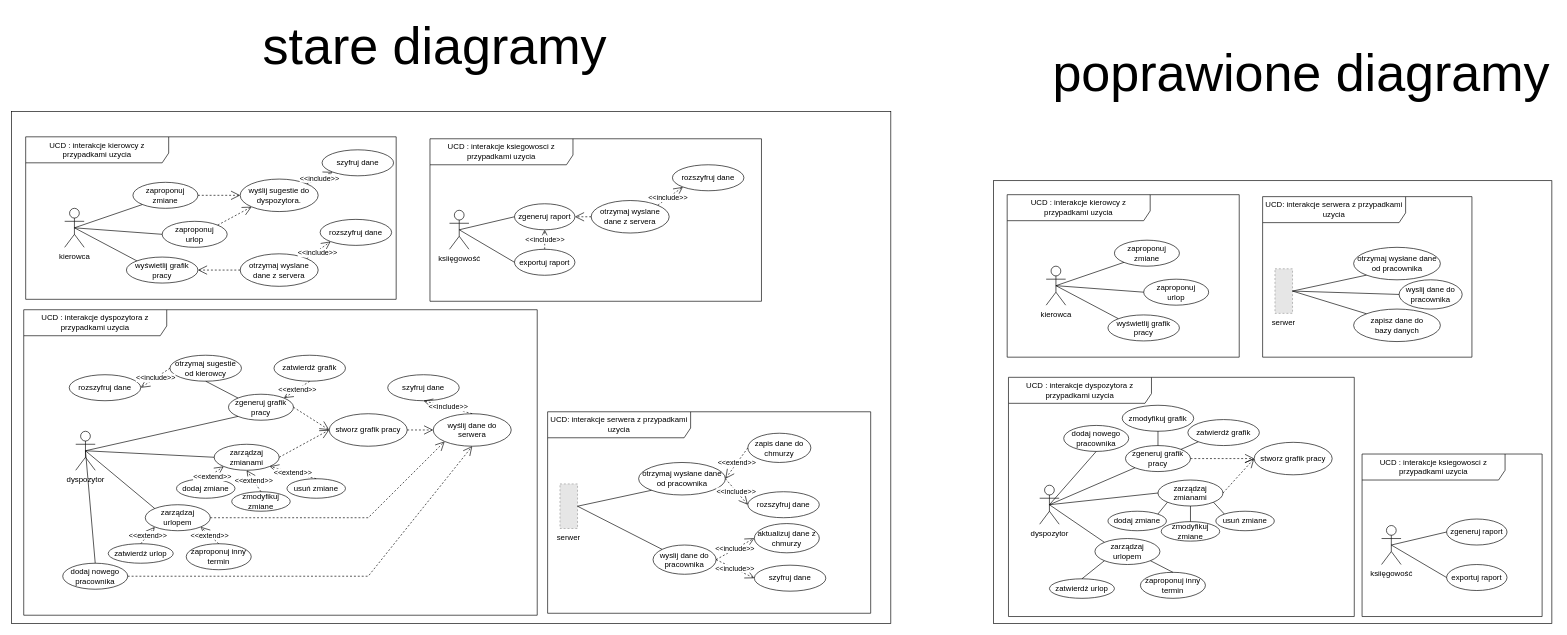
Above: page "use case diagrams" (1 of 6) of UML-software-engineering.drawio in keshaParrot/ShiftMaster-UML-documentation (draw.io), before the change. Source tidied: cells renumbered, new cells numbered last; positions are measured from the earlier drawing's top-left corner, leaving out a move shared by most shapes. Both pictures are drawn from the tidied source at 65%, with x=0, y=0 at pixel (11, 11). Pictures stored in the file or linked from it are replaced by grey dashed boxes.
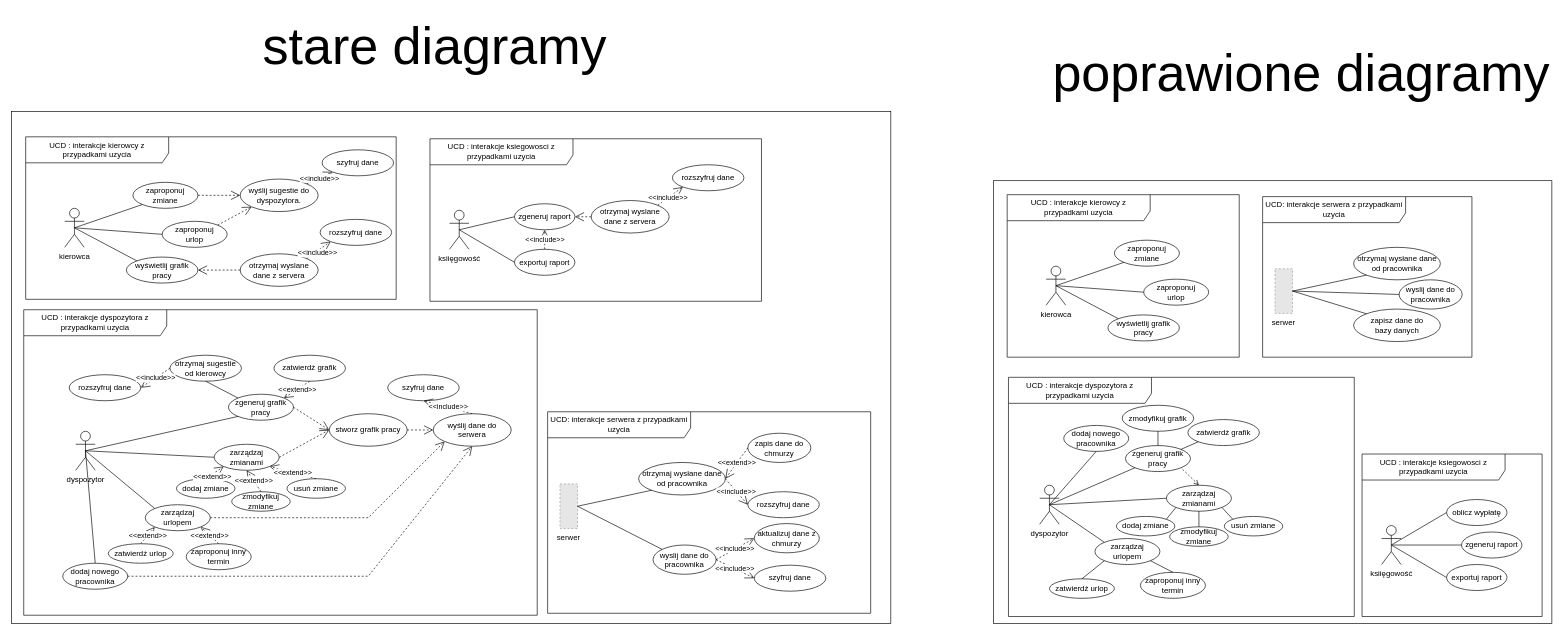
After the change.

The change refers to these unchanged cells:
```xml
<mxCell id="89" value="UCD : interakcje dyspozytora&amp;nbsp;z przypadkami uzycia" style="shape=umlFrame;whiteSpace=wrap;html=1;width=220;height=40;" parent="1" vertex="1">
  <mxGeometry x="1534" y="563" width="532" height="368" as="geometry" />
</mxCell>
<mxCell id="91" value="zgeneruj grafik pracy" style="ellipse;whiteSpace=wrap;html=1;" parent="89" vertex="1">
  <mxGeometry x="180" y="105" width="100" height="40" as="geometry" />
</mxCell>
<mxCell id="116" value="UCD : interakcje ksiegowosci z przypadkami uzycia" style="shape=umlFrame;whiteSpace=wrap;html=1;width=220;height=40;" parent="1" vertex="1">
  <mxGeometry x="2078" y="681" width="277" height="250" as="geometry" />
</mxCell>
<mxCell id="117" value="ksiięgowość" style="shape=umlActor;verticalLabelPosition=bottom;verticalAlign=top;html=1;" parent="116" vertex="1">
  <mxGeometry x="30" y="110" width="30" height="60" as="geometry" />
</mxCell>
```

Diff of the diagram source:
```diff
@@
     <mxCell id="92" value="zarządzaj zmianami" style="ellipse;whiteSpace=wrap;html=1;" parent="89" vertex="1">
-      <mxGeometry x="230" y="158" width="100" height="40" as="geometry" />
+      <mxGeometry x="243" y="166" width="100" height="40" as="geometry" />
     </mxCell>
@@
     <mxCell id="96" value="dodaj zmiane" style="ellipse;whiteSpace=wrap;html=1;" parent="89" vertex="1">
-      <mxGeometry x="153" y="206" width="90" height="30" as="geometry" />
+      <mxGeometry x="166" y="214" width="90" height="30" as="geometry" />
     </mxCell>
     <mxCell id="97" value="zmodyfikuj zmiane" style="ellipse;whiteSpace=wrap;html=1;" parent="89" vertex="1">
-      <mxGeometry x="235" y="222" width="90" height="30" as="geometry" />
+      <mxGeometry x="248" y="230" width="90" height="30" as="geometry" />
     </mxCell>
     <mxCell id="98" value="usuń zmiane" style="ellipse;whiteSpace=wrap;html=1;" parent="89" vertex="1">
-      <mxGeometry x="319" y="206" width="90" height="30" as="geometry" />
+      <mxGeometry x="332" y="214" width="90" height="30" as="geometry" />
     </mxCell>
@@
-    <mxCell id="101" value="stworz grafik pracy" style="ellipse;whiteSpace=wrap;html=1;" parent="89" vertex="1">
-      <mxGeometry x="378" y="100" width="120" height="50" as="geometry" />
-    </mxCell>
-    <mxCell id="102" style="endArrow=open;endSize=12;dashed=1;html=1;rounded=0;exitX=1;exitY=0.5;exitDx=0;exitDy=0;entryX=0;entryY=0.5;entryDx=0;entryDy=0;" parent="89" edge="1" source="91" target="101">
-      <mxGeometry x="-0.01" relative="1" as="geometry" />
-    </mxCell>
-    <mxCell id="103" style="endArrow=open;endSize=12;dashed=1;html=1;rounded=0;exitX=1;exitY=0.5;exitDx=0;exitDy=0;entryX=0;entryY=0.5;entryDx=0;entryDy=0;" parent="89" edge="1" source="92" target="101">
-      <mxGeometry x="-0.01" relative="1" as="geometry" />
-    </mxCell>
@@
+    <mxCell id="132" style="endArrow=none;html=1;rounded=0;entryX=1;entryY=1;entryDx=0;entryDy=0;exitX=0.5;exitY=0;exitDx=0;exitDy=0;strokeColor=default;dashed=1;endFill=0;startArrow=open;startFill=0;" parent="89" edge="1" source="92" target="91">
+      <mxGeometry relative="1" as="geometry" />
+    </mxCell>
@@
     <mxCell id="118" value="zgeneruj raport" style="ellipse;whiteSpace=wrap;html=1;" parent="116" vertex="1">
-      <mxGeometry x="130" y="100" width="93" height="40" as="geometry" />
+      <mxGeometry x="153" y="120" width="93" height="40" as="geometry" />
     </mxCell>
@@
+    <mxCell id="133" value="oblicz wypłatę" style="ellipse;whiteSpace=wrap;html=1;" parent="116" vertex="1">
+      <mxGeometry x="130" y="70" width="93" height="40" as="geometry" />
+    </mxCell>
+    <mxCell id="134" style="endArrow=none;html=1;rounded=0;entryX=0.5;entryY=0.5;entryDx=0;entryDy=0;exitX=0;exitY=0.5;exitDx=0;exitDy=0;entryPerimeter=0;" parent="116" edge="1" source="133" target="117">
+      <mxGeometry relative="1" as="geometry" />
+    </mxCell>
```
